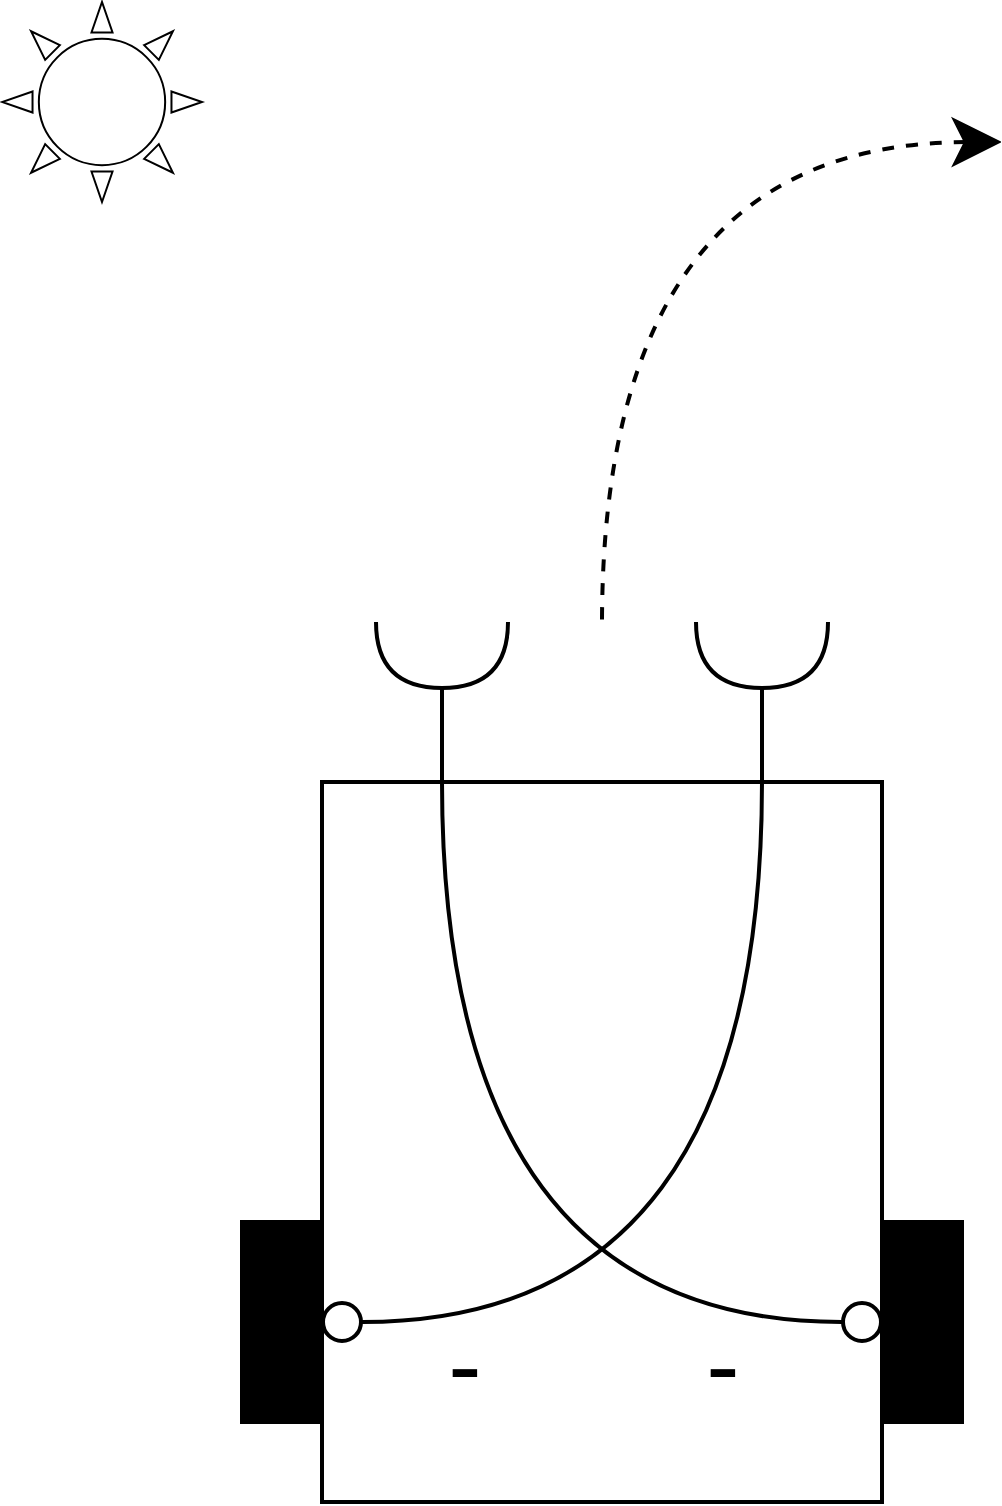
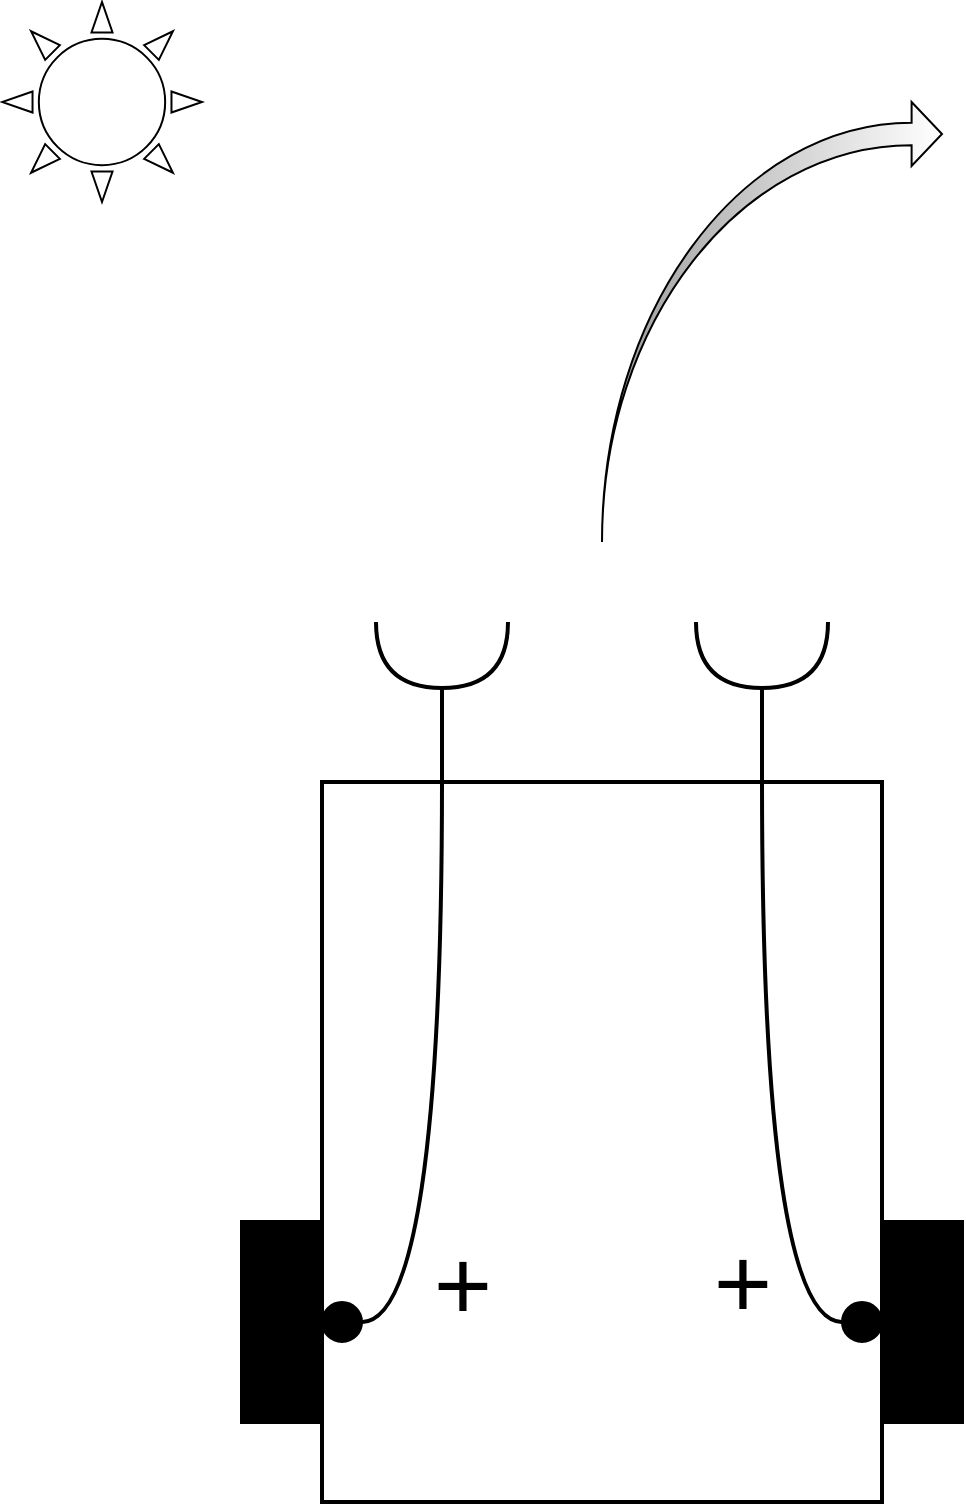
<mxfile host="app.diagrams.net" agent="Mozilla/5.0 (Windows NT 10.0; Win64; x64) AppleWebKit/537.36 (KHTML, like Gecko) Chrome/141.0.0.0 Safari/537.36" version="28.2.8">
  <diagram name="Page-1" id="lMh0iw00E8joFyM5TZ19">
-     <mxGraphModel dx="2084" dy="1138" grid="1" gridSize="10" guides="1" tooltips="1" connect="1" arrows="1" fold="1" page="1" pageScale="1" pageWidth="850" pageHeight="1100" background="none" math="0" shadow="0">
+     <mxGraphModel dx="1554" dy="823" grid="1" gridSize="10" guides="1" tooltips="1" connect="1" arrows="1" fold="1" page="1" pageScale="1" pageWidth="850" pageHeight="1100" background="none" math="0" shadow="0">
      <root>
        <mxCell id="0" />
        <mxCell id="1" parent="0" />
-         <mxCell id="C6VRX8d5SdJrFEqy8Uug-21" value="" style="rounded=0;whiteSpace=wrap;html=1;connectable=0;strokeWidth=2;" vertex="1" parent="1">
+         <mxCell id="C6VRX8d5SdJrFEqy8Uug-21" value="" style="rounded=0;whiteSpace=wrap;html=1;connectable=0;strokeWidth=2;" parent="1" vertex="1">
          <mxGeometry x="280" y="560" width="280" height="360" as="geometry" />
        </mxCell>
-         <mxCell id="C6VRX8d5SdJrFEqy8Uug-22" value="" style="rounded=0;whiteSpace=wrap;html=1;fillColor=#000000;strokeWidth=2;" vertex="1" parent="1">
+         <mxCell id="C6VRX8d5SdJrFEqy8Uug-22" value="" style="rounded=0;whiteSpace=wrap;html=1;fillColor=#000000;strokeWidth=2;" parent="1" vertex="1">
          <mxGeometry x="240" y="780" width="40" height="100" as="geometry" />
        </mxCell>
-         <mxCell id="C6VRX8d5SdJrFEqy8Uug-23" value="" style="rounded=0;whiteSpace=wrap;html=1;fillColor=#000000;strokeWidth=2;" vertex="1" parent="1">
+         <mxCell id="C6VRX8d5SdJrFEqy8Uug-23" value="" style="rounded=0;whiteSpace=wrap;html=1;fillColor=#000000;strokeWidth=2;" parent="1" vertex="1">
          <mxGeometry x="560" y="780" width="40" height="100" as="geometry" />
        </mxCell>
-         <mxCell id="C6VRX8d5SdJrFEqy8Uug-27" value="" style="ellipse;whiteSpace=wrap;html=1;align=center;aspect=fixed;fillColor=none;strokeColor=none;resizable=0;perimeter=centerPerimeter;rotatable=0;allowArrows=0;points=[];outlineConnect=1;strokeWidth=2;" vertex="1" parent="1">
+         <mxCell id="C6VRX8d5SdJrFEqy8Uug-27" value="" style="ellipse;whiteSpace=wrap;html=1;align=center;aspect=fixed;fillColor=none;strokeColor=none;resizable=0;perimeter=centerPerimeter;rotatable=0;allowArrows=0;points=[];outlineConnect=1;strokeWidth=2;" parent="1" vertex="1">
          <mxGeometry x="330" y="730" width="10" height="10" as="geometry" />
        </mxCell>
-         <mxCell id="C6VRX8d5SdJrFEqy8Uug-28" value="" style="rounded=0;orthogonalLoop=1;jettySize=auto;html=1;endArrow=halfCircle;endFill=0;endSize=30;strokeWidth=2;sketch=0;fontSize=12;curved=1;exitX=0.5;exitY=1;exitDx=0;exitDy=0;" edge="1" parent="1" source="C6VRX8d5SdJrFEqy8Uug-40">
+         <mxCell id="C6VRX8d5SdJrFEqy8Uug-28" value="" style="rounded=0;orthogonalLoop=1;jettySize=auto;html=1;endArrow=halfCircle;endFill=0;endSize=30;strokeWidth=2;sketch=0;fontSize=12;curved=1;exitX=0.5;exitY=1;exitDx=0;exitDy=0;" parent="1" source="C6VRX8d5SdJrFEqy8Uug-40" edge="1">
          <mxGeometry relative="1" as="geometry">
            <mxPoint x="340" y="560" as="sourcePoint" />
            <mxPoint x="340" y="480" as="targetPoint" />
          </mxGeometry>
        </mxCell>
-         <mxCell id="C6VRX8d5SdJrFEqy8Uug-30" value="" style="rounded=0;orthogonalLoop=1;jettySize=auto;html=1;endArrow=halfCircle;endFill=0;endSize=30;strokeWidth=2;sketch=0;fontSize=12;curved=1;exitX=0.5;exitY=1;exitDx=0;exitDy=0;fillColor=#FF4B24;" edge="1" parent="1" source="C6VRX8d5SdJrFEqy8Uug-51">
+         <mxCell id="C6VRX8d5SdJrFEqy8Uug-30" value="" style="rounded=0;orthogonalLoop=1;jettySize=auto;html=1;endArrow=halfCircle;endFill=0;endSize=30;strokeWidth=2;sketch=0;fontSize=12;curved=1;exitX=0.5;exitY=1;exitDx=0;exitDy=0;fillColor=#FF4B24;" parent="1" source="C6VRX8d5SdJrFEqy8Uug-51" edge="1">
          <mxGeometry relative="1" as="geometry">
            <mxPoint x="500" y="560" as="sourcePoint" />
            <mxPoint x="500" y="480" as="targetPoint" />
          </mxGeometry>
        </mxCell>
-         <mxCell id="C6VRX8d5SdJrFEqy8Uug-41" value="" style="rounded=0;orthogonalLoop=1;jettySize=auto;html=1;endArrow=halfCircle;endFill=0;endSize=30;strokeWidth=2;sketch=0;fontSize=12;curved=1;exitX=0.25;exitY=0;exitDx=0;exitDy=0;" edge="1" parent="1" target="C6VRX8d5SdJrFEqy8Uug-40">
+         <mxCell id="C6VRX8d5SdJrFEqy8Uug-41" value="" style="rounded=0;orthogonalLoop=1;jettySize=auto;html=1;endArrow=halfCircle;endFill=0;endSize=30;strokeWidth=2;sketch=0;fontSize=12;curved=1;exitX=0.25;exitY=0;exitDx=0;exitDy=0;" parent="1" target="C6VRX8d5SdJrFEqy8Uug-40" edge="1">
          <mxGeometry relative="1" as="geometry">
            <mxPoint x="340" y="560" as="sourcePoint" />
            <mxPoint x="340" y="480" as="targetPoint" />
          </mxGeometry>
        </mxCell>
-         <mxCell id="C6VRX8d5SdJrFEqy8Uug-40" value="" style="ellipse;whiteSpace=wrap;html=1;aspect=fixed;fillColor=none;strokeColor=none;strokeWidth=2;" vertex="1" parent="1">
+         <mxCell id="C6VRX8d5SdJrFEqy8Uug-40" value="" style="ellipse;whiteSpace=wrap;html=1;aspect=fixed;fillColor=none;strokeColor=none;strokeWidth=2;" parent="1" vertex="1">
          <mxGeometry x="330" y="540" width="20" height="20" as="geometry" />
        </mxCell>
-         <mxCell id="C6VRX8d5SdJrFEqy8Uug-52" value="" style="rounded=0;orthogonalLoop=1;jettySize=auto;html=1;endArrow=halfCircle;endFill=0;endSize=30;strokeWidth=2;sketch=0;fontSize=12;curved=1;exitX=0.25;exitY=0;exitDx=0;exitDy=0;fillColor=#FF4B24;" edge="1" parent="1" target="C6VRX8d5SdJrFEqy8Uug-51">
+         <mxCell id="C6VRX8d5SdJrFEqy8Uug-52" value="" style="rounded=0;orthogonalLoop=1;jettySize=auto;html=1;endArrow=halfCircle;endFill=0;endSize=30;strokeWidth=2;sketch=0;fontSize=12;curved=1;exitX=0.25;exitY=0;exitDx=0;exitDy=0;fillColor=#FF4B24;" parent="1" target="C6VRX8d5SdJrFEqy8Uug-51" edge="1">
          <mxGeometry relative="1" as="geometry">
            <mxPoint x="500" y="560" as="sourcePoint" />
            <mxPoint x="500" y="480" as="targetPoint" />
          </mxGeometry>
        </mxCell>
-         <mxCell id="C6VRX8d5SdJrFEqy8Uug-51" value="" style="ellipse;whiteSpace=wrap;html=1;aspect=fixed;fillColor=none;strokeColor=none;strokeWidth=2;" vertex="1" parent="1">
+         <mxCell id="C6VRX8d5SdJrFEqy8Uug-51" value="" style="ellipse;whiteSpace=wrap;html=1;aspect=fixed;fillColor=none;strokeColor=none;strokeWidth=2;" parent="1" vertex="1">
          <mxGeometry x="490" y="540" width="20" height="20" as="geometry" />
        </mxCell>
-         <mxCell id="C6VRX8d5SdJrFEqy8Uug-75" value="" style="verticalLabelPosition=bottom;verticalAlign=top;html=1;shape=mxgraph.basic.sun" vertex="1" parent="1">
+         <mxCell id="C6VRX8d5SdJrFEqy8Uug-75" value="" style="verticalLabelPosition=bottom;verticalAlign=top;html=1;shape=mxgraph.basic.sun" parent="1" vertex="1">
          <mxGeometry x="120" y="170" width="100" height="100" as="geometry" />
        </mxCell>
-         <mxCell id="C6VRX8d5SdJrFEqy8Uug-43" value="2a" parent="0" visible="0" />
-         <mxCell id="C6VRX8d5SdJrFEqy8Uug-44" value="" style="edgeStyle=orthogonalEdgeStyle;orthogonalLoop=1;jettySize=auto;html=1;rounded=0;curved=1;endArrow=none;endFill=0;entryX=0.5;entryY=1;entryDx=0;entryDy=0;strokeWidth=2;startSize=19;startArrow=oval;startFill=1;" edge="1" parent="C6VRX8d5SdJrFEqy8Uug-43" target="C6VRX8d5SdJrFEqy8Uug-40">
+         <mxCell id="C6VRX8d5SdJrFEqy8Uug-43" value="2a" parent="0" />
+         <mxCell id="C6VRX8d5SdJrFEqy8Uug-44" value="" style="edgeStyle=orthogonalEdgeStyle;orthogonalLoop=1;jettySize=auto;html=1;rounded=0;curved=1;endArrow=none;endFill=0;entryX=0.5;entryY=1;entryDx=0;entryDy=0;strokeWidth=2;startSize=19;startArrow=oval;startFill=1;" parent="C6VRX8d5SdJrFEqy8Uug-43" target="C6VRX8d5SdJrFEqy8Uug-40" edge="1">
          <mxGeometry width="80" relative="1" as="geometry">
            <mxPoint x="290" y="830" as="sourcePoint" />
            <mxPoint x="340" y="560" as="targetPoint" />
          </mxGeometry>
        </mxCell>
-         <mxCell id="C6VRX8d5SdJrFEqy8Uug-49" value="+" style="edgeLabel;html=1;align=center;verticalAlign=middle;resizable=0;points=[];fontSize=50;" vertex="1" connectable="0" parent="C6VRX8d5SdJrFEqy8Uug-44">
+         <mxCell id="C6VRX8d5SdJrFEqy8Uug-49" value="+" style="edgeLabel;html=1;align=center;verticalAlign=middle;resizable=0;points=[];fontSize=50;" parent="C6VRX8d5SdJrFEqy8Uug-44" vertex="1" connectable="0">
          <mxGeometry x="-0.4621" y="22" relative="1" as="geometry">
            <mxPoint x="32" y="16" as="offset" />
          </mxGeometry>
        </mxCell>
-         <mxCell id="C6VRX8d5SdJrFEqy8Uug-45" value="" style="edgeStyle=orthogonalEdgeStyle;orthogonalLoop=1;jettySize=auto;html=1;rounded=0;curved=1;endArrow=none;endFill=0;strokeWidth=2;entryX=0.5;entryY=1;entryDx=0;entryDy=0;startSize=19;startArrow=oval;startFill=1;" edge="1" parent="C6VRX8d5SdJrFEqy8Uug-43" target="C6VRX8d5SdJrFEqy8Uug-51">
+         <mxCell id="C6VRX8d5SdJrFEqy8Uug-45" value="" style="edgeStyle=orthogonalEdgeStyle;orthogonalLoop=1;jettySize=auto;html=1;rounded=0;curved=1;endArrow=none;endFill=0;strokeWidth=2;entryX=0.5;entryY=1;entryDx=0;entryDy=0;startSize=19;startArrow=oval;startFill=1;" parent="C6VRX8d5SdJrFEqy8Uug-43" target="C6VRX8d5SdJrFEqy8Uug-51" edge="1">
          <mxGeometry width="80" relative="1" as="geometry">
            <mxPoint x="550" y="830" as="sourcePoint" />
            <mxPoint x="490" y="570" as="targetPoint" />
          </mxGeometry>
        </mxCell>
-         <mxCell id="C6VRX8d5SdJrFEqy8Uug-50" value="+" style="edgeLabel;html=1;align=center;verticalAlign=middle;resizable=0;points=[];fontSize=50;" vertex="1" connectable="0" parent="C6VRX8d5SdJrFEqy8Uug-45">
+         <mxCell id="C6VRX8d5SdJrFEqy8Uug-50" value="+" style="edgeLabel;html=1;align=center;verticalAlign=middle;resizable=0;points=[];fontSize=50;" parent="C6VRX8d5SdJrFEqy8Uug-45" vertex="1" connectable="0">
          <mxGeometry x="-0.453" y="-24" relative="1" as="geometry">
            <mxPoint x="-34" y="17" as="offset" />
          </mxGeometry>
        </mxCell>
-         <mxCell id="C6VRX8d5SdJrFEqy8Uug-53" value="3b" visible="0" parent="0" />
-         <mxCell id="C6VRX8d5SdJrFEqy8Uug-54" value="" style="edgeStyle=orthogonalEdgeStyle;orthogonalLoop=1;jettySize=auto;html=1;rounded=0;curved=1;endArrow=none;endFill=0;entryX=0.5;entryY=1;entryDx=0;entryDy=0;strokeWidth=2;endSize=6;startArrow=oval;startFill=0;startSize=19;" edge="1" parent="C6VRX8d5SdJrFEqy8Uug-53">
+         <mxCell id="b_n14p8VdT7zBral8tw6-29" value="" style="html=1;shadow=0;dashed=0;align=center;verticalAlign=middle;shape=mxgraph.arrows2.jumpInArrow;dy=5.6;dx=15.2;arrowHead=32;gradientColor=#FFFFFF;gradientDirection=east;flipH=0;fillColor=#9B9B9B;" vertex="1" parent="C6VRX8d5SdJrFEqy8Uug-43">
+           <mxGeometry x="420" y="220" width="170" height="220" as="geometry" />
+         </mxCell>
+         <mxCell id="C6VRX8d5SdJrFEqy8Uug-53" value="3b" parent="0" visible="0" />
+         <mxCell id="C6VRX8d5SdJrFEqy8Uug-54" value="" style="edgeStyle=orthogonalEdgeStyle;orthogonalLoop=1;jettySize=auto;html=1;rounded=0;curved=1;endArrow=none;endFill=0;entryX=0.5;entryY=1;entryDx=0;entryDy=0;strokeWidth=2;endSize=6;startArrow=oval;startFill=0;startSize=19;" parent="C6VRX8d5SdJrFEqy8Uug-53" edge="1">
          <mxGeometry width="80" relative="1" as="geometry">
            <mxPoint x="290" y="830" as="sourcePoint" />
            <mxPoint x="340" y="560" as="targetPoint" />
          </mxGeometry>
        </mxCell>
-         <mxCell id="C6VRX8d5SdJrFEqy8Uug-55" value="-" style="edgeLabel;html=1;align=center;verticalAlign=middle;resizable=0;points=[];fontSize=50;" vertex="1" connectable="0" parent="C6VRX8d5SdJrFEqy8Uug-54">
+         <mxCell id="C6VRX8d5SdJrFEqy8Uug-55" value="-" style="edgeLabel;html=1;align=center;verticalAlign=middle;resizable=0;points=[];fontSize=50;" parent="C6VRX8d5SdJrFEqy8Uug-54" vertex="1" connectable="0">
          <mxGeometry x="-0.4621" y="22" relative="1" as="geometry">
            <mxPoint x="22" y="9" as="offset" />
          </mxGeometry>
        </mxCell>
-         <mxCell id="C6VRX8d5SdJrFEqy8Uug-56" value="" style="edgeStyle=orthogonalEdgeStyle;orthogonalLoop=1;jettySize=auto;html=1;rounded=0;curved=1;endArrow=none;endFill=0;strokeWidth=2;entryX=0.5;entryY=1;entryDx=0;entryDy=0;endSize=6;startArrow=oval;startFill=0;startSize=19;" edge="1" parent="C6VRX8d5SdJrFEqy8Uug-53" target="C6VRX8d5SdJrFEqy8Uug-51">
+         <mxCell id="C6VRX8d5SdJrFEqy8Uug-56" value="" style="edgeStyle=orthogonalEdgeStyle;orthogonalLoop=1;jettySize=auto;html=1;rounded=0;curved=1;endArrow=none;endFill=0;strokeWidth=2;entryX=0.5;entryY=1;entryDx=0;entryDy=0;endSize=6;startArrow=oval;startFill=0;startSize=19;" parent="C6VRX8d5SdJrFEqy8Uug-53" target="C6VRX8d5SdJrFEqy8Uug-51" edge="1">
          <mxGeometry width="80" relative="1" as="geometry">
            <mxPoint x="550" y="830" as="sourcePoint" />
            <mxPoint x="490" y="570" as="targetPoint" />
          </mxGeometry>
        </mxCell>
-         <mxCell id="C6VRX8d5SdJrFEqy8Uug-57" value="-" style="edgeLabel;html=1;align=center;verticalAlign=middle;resizable=0;points=[];fontSize=50;" vertex="1" connectable="0" parent="C6VRX8d5SdJrFEqy8Uug-56">
+         <mxCell id="C6VRX8d5SdJrFEqy8Uug-57" value="-" style="edgeLabel;html=1;align=center;verticalAlign=middle;resizable=0;points=[];fontSize=50;" parent="C6VRX8d5SdJrFEqy8Uug-56" vertex="1" connectable="0">
          <mxGeometry x="-0.453" y="-24" relative="1" as="geometry">
            <mxPoint x="-24" y="10" as="offset" />
          </mxGeometry>
        </mxCell>
-         <mxCell id="C6VRX8d5SdJrFEqy8Uug-59" value="2b" visible="0" parent="0" />
-         <mxCell id="C6VRX8d5SdJrFEqy8Uug-60" value="" style="edgeStyle=orthogonalEdgeStyle;orthogonalLoop=1;jettySize=auto;html=1;rounded=0;curved=1;endArrow=none;endFill=0;strokeWidth=2;startSize=19;startArrow=oval;startFill=1;entryX=0.5;entryY=1;entryDx=0;entryDy=0;" edge="1" parent="C6VRX8d5SdJrFEqy8Uug-59" target="C6VRX8d5SdJrFEqy8Uug-51">
+         <mxCell id="b_n14p8VdT7zBral8tw6-27" value="" style="html=1;shadow=0;dashed=0;align=center;verticalAlign=middle;shape=mxgraph.arrows2.jumpInArrow;dy=5.6;dx=15.2;arrowHead=32;gradientColor=#FFFFFF;gradientDirection=east;flipH=1;fillColor=#7C7C7C;" vertex="1" parent="C6VRX8d5SdJrFEqy8Uug-53">
+           <mxGeometry x="250" y="220" width="170" height="220" as="geometry" />
+         </mxCell>
+         <mxCell id="C6VRX8d5SdJrFEqy8Uug-59" value="2b" parent="0" visible="0" />
+         <mxCell id="C6VRX8d5SdJrFEqy8Uug-60" value="" style="edgeStyle=orthogonalEdgeStyle;orthogonalLoop=1;jettySize=auto;html=1;rounded=0;curved=1;endArrow=none;endFill=0;strokeWidth=2;startSize=19;startArrow=oval;startFill=1;entryX=0.5;entryY=1;entryDx=0;entryDy=0;" parent="C6VRX8d5SdJrFEqy8Uug-59" target="C6VRX8d5SdJrFEqy8Uug-51" edge="1">
          <mxGeometry width="80" relative="1" as="geometry">
            <mxPoint x="290" y="830" as="sourcePoint" />
            <mxPoint x="440" y="590" as="targetPoint" />
          </mxGeometry>
        </mxCell>
-         <mxCell id="C6VRX8d5SdJrFEqy8Uug-61" value="+" style="edgeLabel;html=1;align=center;verticalAlign=middle;resizable=0;points=[];fontSize=50;labelBackgroundColor=none;" vertex="1" connectable="0" parent="C6VRX8d5SdJrFEqy8Uug-60">
+         <mxCell id="C6VRX8d5SdJrFEqy8Uug-61" value="+" style="edgeLabel;html=1;align=center;verticalAlign=middle;resizable=0;points=[];fontSize=50;labelBackgroundColor=none;" parent="C6VRX8d5SdJrFEqy8Uug-60" vertex="1" connectable="0">
          <mxGeometry x="-0.4621" y="22" relative="1" as="geometry">
            <mxPoint x="61" y="42" as="offset" />
          </mxGeometry>
        </mxCell>
-         <mxCell id="C6VRX8d5SdJrFEqy8Uug-62" value="" style="edgeStyle=orthogonalEdgeStyle;orthogonalLoop=1;jettySize=auto;html=1;rounded=0;curved=1;endArrow=none;endFill=0;strokeWidth=2;startSize=19;startArrow=oval;startFill=1;entryX=0.5;entryY=1;entryDx=0;entryDy=0;" edge="1" parent="C6VRX8d5SdJrFEqy8Uug-59" target="C6VRX8d5SdJrFEqy8Uug-40">
+         <mxCell id="C6VRX8d5SdJrFEqy8Uug-62" value="" style="edgeStyle=orthogonalEdgeStyle;orthogonalLoop=1;jettySize=auto;html=1;rounded=0;curved=1;endArrow=none;endFill=0;strokeWidth=2;startSize=19;startArrow=oval;startFill=1;entryX=0.5;entryY=1;entryDx=0;entryDy=0;" parent="C6VRX8d5SdJrFEqy8Uug-59" target="C6VRX8d5SdJrFEqy8Uug-40" edge="1">
          <mxGeometry width="80" relative="1" as="geometry">
            <mxPoint x="550" y="830" as="sourcePoint" />
            <mxPoint x="350" y="580" as="targetPoint" />
          </mxGeometry>
        </mxCell>
-         <mxCell id="C6VRX8d5SdJrFEqy8Uug-63" value="+" style="edgeLabel;html=1;align=center;verticalAlign=middle;resizable=0;points=[];fontSize=50;labelBackgroundColor=none;" vertex="1" connectable="0" parent="C6VRX8d5SdJrFEqy8Uug-62">
+         <mxCell id="C6VRX8d5SdJrFEqy8Uug-63" value="+" style="edgeLabel;html=1;align=center;verticalAlign=middle;resizable=0;points=[];fontSize=50;labelBackgroundColor=none;" parent="C6VRX8d5SdJrFEqy8Uug-62" vertex="1" connectable="0">
          <mxGeometry x="-0.453" y="-24" relative="1" as="geometry">
            <mxPoint x="-68" y="44" as="offset" />
          </mxGeometry>
        </mxCell>
-         <mxCell id="C6VRX8d5SdJrFEqy8Uug-64" value="3a" parent="0" />
-         <mxCell id="C6VRX8d5SdJrFEqy8Uug-65" value="" style="edgeStyle=orthogonalEdgeStyle;orthogonalLoop=1;jettySize=auto;html=1;rounded=0;curved=1;endArrow=none;endFill=0;strokeWidth=2;startSize=19;startArrow=oval;startFill=0;entryX=0.5;entryY=1;entryDx=0;entryDy=0;" edge="1" parent="C6VRX8d5SdJrFEqy8Uug-64" target="C6VRX8d5SdJrFEqy8Uug-51">
+         <mxCell id="b_n14p8VdT7zBral8tw6-23" value="" style="html=1;shadow=0;dashed=0;align=center;verticalAlign=middle;shape=mxgraph.arrows2.jumpInArrow;dy=5.6;dx=15.2;arrowHead=32;gradientColor=#A7A7A7;gradientDirection=east;flipH=1;" vertex="1" parent="C6VRX8d5SdJrFEqy8Uug-59">
+           <mxGeometry x="250" y="220" width="170" height="220" as="geometry" />
+         </mxCell>
+         <mxCell id="C6VRX8d5SdJrFEqy8Uug-64" value="3a" parent="0" visible="0" />
+         <mxCell id="C6VRX8d5SdJrFEqy8Uug-65" value="" style="edgeStyle=orthogonalEdgeStyle;orthogonalLoop=1;jettySize=auto;html=1;rounded=0;curved=1;endArrow=none;endFill=0;strokeWidth=2;startSize=19;startArrow=oval;startFill=0;entryX=0.5;entryY=1;entryDx=0;entryDy=0;" parent="C6VRX8d5SdJrFEqy8Uug-64" target="C6VRX8d5SdJrFEqy8Uug-51" edge="1">
          <mxGeometry width="80" relative="1" as="geometry">
            <mxPoint x="290" y="830" as="sourcePoint" />
            <mxPoint x="440" y="590" as="targetPoint" />
          </mxGeometry>
        </mxCell>
-         <mxCell id="C6VRX8d5SdJrFEqy8Uug-66" value="-" style="edgeLabel;html=1;align=center;verticalAlign=middle;resizable=0;points=[];fontSize=50;labelBackgroundColor=none;" vertex="1" connectable="0" parent="C6VRX8d5SdJrFEqy8Uug-65">
+         <mxCell id="C6VRX8d5SdJrFEqy8Uug-66" value="-" style="edgeLabel;html=1;align=center;verticalAlign=middle;resizable=0;points=[];fontSize=50;labelBackgroundColor=none;" parent="C6VRX8d5SdJrFEqy8Uug-65" vertex="1" connectable="0">
          <mxGeometry x="-0.4621" y="22" relative="1" as="geometry">
            <mxPoint x="61" y="42" as="offset" />
          </mxGeometry>
        </mxCell>
-         <mxCell id="C6VRX8d5SdJrFEqy8Uug-67" value="" style="edgeStyle=orthogonalEdgeStyle;orthogonalLoop=1;jettySize=auto;html=1;rounded=0;curved=1;endArrow=none;endFill=0;strokeWidth=2;startSize=19;startArrow=oval;startFill=0;entryX=0.5;entryY=1;entryDx=0;entryDy=0;" edge="1" parent="C6VRX8d5SdJrFEqy8Uug-64" target="C6VRX8d5SdJrFEqy8Uug-40">
+         <mxCell id="C6VRX8d5SdJrFEqy8Uug-67" value="" style="edgeStyle=orthogonalEdgeStyle;orthogonalLoop=1;jettySize=auto;html=1;rounded=0;curved=1;endArrow=none;endFill=0;strokeWidth=2;startSize=19;startArrow=oval;startFill=0;entryX=0.5;entryY=1;entryDx=0;entryDy=0;" parent="C6VRX8d5SdJrFEqy8Uug-64" target="C6VRX8d5SdJrFEqy8Uug-40" edge="1">
          <mxGeometry width="80" relative="1" as="geometry">
            <mxPoint x="550" y="830" as="sourcePoint" />
            <mxPoint x="350" y="580" as="targetPoint" />
          </mxGeometry>
        </mxCell>
-         <mxCell id="C6VRX8d5SdJrFEqy8Uug-68" value="-" style="edgeLabel;html=1;align=center;verticalAlign=middle;resizable=0;points=[];fontSize=50;labelBackgroundColor=none;" vertex="1" connectable="0" parent="C6VRX8d5SdJrFEqy8Uug-67">
+         <mxCell id="C6VRX8d5SdJrFEqy8Uug-68" value="-" style="edgeLabel;html=1;align=center;verticalAlign=middle;resizable=0;points=[];fontSize=50;labelBackgroundColor=none;" parent="C6VRX8d5SdJrFEqy8Uug-67" vertex="1" connectable="0">
          <mxGeometry x="-0.453" y="-24" relative="1" as="geometry">
            <mxPoint x="-68" y="44" as="offset" />
          </mxGeometry>
        </mxCell>
-         <mxCell id="C6VRX8d5SdJrFEqy8Uug-70" value="" style="edgeStyle=orthogonalEdgeStyle;orthogonalLoop=1;jettySize=auto;html=1;rounded=0;curved=1;endArrow=none;endFill=0;strokeWidth=2;startSize=19;startArrow=classic;startFill=1;dashed=1;" edge="1" parent="C6VRX8d5SdJrFEqy8Uug-64">
-           <mxGeometry width="80" relative="1" as="geometry">
-             <mxPoint x="620" y="240" as="sourcePoint" />
+         <mxCell id="b_n14p8VdT7zBral8tw6-26" value="" style="html=1;shadow=0;dashed=0;align=center;verticalAlign=middle;shape=mxgraph.arrows2.jumpInArrow;dy=5.6;dx=15.2;arrowHead=32;gradientColor=#707070;gradientDirection=east;flipH=0;fillColor=#FFFFFF;" vertex="1" parent="C6VRX8d5SdJrFEqy8Uug-64">
+           <mxGeometry x="420" y="220" width="170" height="220" as="geometry" />
+         </mxCell>
+         <mxCell id="b_n14p8VdT7zBral8tw6-2" value="1" parent="0" visible="0" />
+         <mxCell id="b_n14p8VdT7zBral8tw6-3" value="" style="rounded=0;whiteSpace=wrap;html=1;connectable=0;strokeWidth=2;" vertex="1" parent="b_n14p8VdT7zBral8tw6-2">
+           <mxGeometry x="360" y="560" width="120" height="360" as="geometry" />
+         </mxCell>
+         <mxCell id="b_n14p8VdT7zBral8tw6-4" value="" style="rounded=0;whiteSpace=wrap;html=1;fillColor=#000000;strokeWidth=2;" vertex="1" parent="b_n14p8VdT7zBral8tw6-2">
+           <mxGeometry x="400" y="870" width="40" height="100" as="geometry" />
+         </mxCell>
+         <mxCell id="b_n14p8VdT7zBral8tw6-6" value="" style="rounded=0;orthogonalLoop=1;jettySize=auto;html=1;endArrow=halfCircle;endFill=0;endSize=30;strokeWidth=2;sketch=0;fontSize=12;curved=1;exitX=0.5;exitY=1;exitDx=0;exitDy=0;" edge="1" parent="b_n14p8VdT7zBral8tw6-2" source="b_n14p8VdT7zBral8tw6-8">
+           <mxGeometry relative="1" as="geometry">
+             <mxPoint x="420" y="560" as="sourcePoint" />
            <mxPoint x="420" y="480" as="targetPoint" />
          </mxGeometry>
+         </mxCell>
+         <mxCell id="b_n14p8VdT7zBral8tw6-7" value="" style="rounded=0;orthogonalLoop=1;jettySize=auto;html=1;endArrow=halfCircle;endFill=0;endSize=30;strokeWidth=2;sketch=0;fontSize=12;curved=1;exitX=0.25;exitY=0;exitDx=0;exitDy=0;" edge="1" parent="b_n14p8VdT7zBral8tw6-2" target="b_n14p8VdT7zBral8tw6-8">
+           <mxGeometry relative="1" as="geometry">
+             <mxPoint x="420" y="560" as="sourcePoint" />
+             <mxPoint x="420" y="480" as="targetPoint" />
+           </mxGeometry>
+         </mxCell>
+         <mxCell id="b_n14p8VdT7zBral8tw6-8" value="" style="ellipse;whiteSpace=wrap;html=1;aspect=fixed;fillColor=none;strokeColor=none;strokeWidth=2;" vertex="1" parent="b_n14p8VdT7zBral8tw6-2">
+           <mxGeometry x="410" y="540" width="20" height="20" as="geometry" />
+         </mxCell>
+         <mxCell id="b_n14p8VdT7zBral8tw6-9" value="" style="edgeStyle=orthogonalEdgeStyle;orthogonalLoop=1;jettySize=auto;html=1;rounded=0;curved=1;endArrow=none;endFill=0;strokeWidth=2;startSize=19;startArrow=oval;startFill=1;entryX=0.5;entryY=1;entryDx=0;entryDy=0;" edge="1" parent="b_n14p8VdT7zBral8tw6-2" target="b_n14p8VdT7zBral8tw6-8">
+           <mxGeometry width="80" relative="1" as="geometry">
+             <mxPoint x="420" y="860" as="sourcePoint" />
+             <mxPoint x="430" y="580" as="targetPoint" />
+           </mxGeometry>
+         </mxCell>
+         <mxCell id="b_n14p8VdT7zBral8tw6-10" value="+" style="edgeLabel;html=1;align=center;verticalAlign=middle;resizable=0;points=[];fontSize=50;labelBackgroundColor=none;" vertex="1" connectable="0" parent="b_n14p8VdT7zBral8tw6-9">
+           <mxGeometry x="-0.453" y="-24" relative="1" as="geometry">
+             <mxPoint x="-44" y="42" as="offset" />
+           </mxGeometry>
+         </mxCell>
+         <mxCell id="b_n14p8VdT7zBral8tw6-12" value="" style="verticalLabelPosition=bottom;verticalAlign=top;html=1;shape=mxgraph.basic.sun" vertex="1" parent="b_n14p8VdT7zBral8tw6-2">
+           <mxGeometry x="370" y="170" width="100" height="100" as="geometry" />
+         </mxCell>
+         <mxCell id="b_n14p8VdT7zBral8tw6-34" value="" style="html=1;shadow=0;dashed=0;align=center;verticalAlign=middle;shape=mxgraph.arrows2.arrow;dy=0.74;dx=22;direction=north;notch=0;gradientColor=#686868;gradientDirection=east;" vertex="1" parent="b_n14p8VdT7zBral8tw6-2">
+           <mxGeometry x="400" y="300" width="40" height="140" as="geometry" />
        </mxCell>
      </root>
    </mxGraphModel>
  </diagram>
</mxfile>
